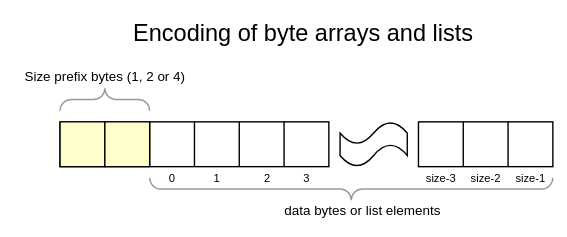
Before: doc/EncodingOfByteArraysAndLists.svg, a diagram exported from draw.io (ikolomiets/protokol). Source tidied: cells renumbered, new cells last; positions are measured from the earlier drawing's top-left corner, leaving out a move shared by most shapes. Source of this version:
```xml
<mxGraphModel>
  <root>
    <mxCell id="0" />
    <mxCell id="1" parent="0" />
    <mxCell id="2" style="shape=tape;whiteSpace=wrap;html=1;comic=0;strokeColor=#000000;size=0.5;" parent="1" vertex="1">
      <mxGeometry x="290" y="95" width="60" height="40" as="geometry" />
    </mxCell>
    <mxCell id="3" style="shape=table;html=1;whiteSpace=wrap;startSize=0;" parent="1" vertex="1">
      <mxGeometry x="40" y="95" width="240" height="40" as="geometry" />
    </mxCell>
    <mxCell id="4" style="shape=partialRectangle;html=1;whiteSpace=wrap;fillColor=none;top=0;left=0;bottom=0;right=0;" parent="3" vertex="1">
      <mxGeometry width="240" height="40" as="geometry" />
    </mxCell>
    <mxCell id="5" style="shape=partialRectangle;html=1;whiteSpace=wrap;overflow=hidden;top=1;left=1;bottom=1;right=1;fillColor=#FFFFCC;" parent="4" vertex="1">
      <mxGeometry width="40" height="40" as="geometry" />
    </mxCell>
    <mxCell id="6" style="shape=partialRectangle;html=1;whiteSpace=wrap;overflow=hidden;top=1;left=1;bottom=1;right=1;fillColor=#FFFFCC;" parent="4" vertex="1">
      <mxGeometry x="40" width="40" height="40" as="geometry" />
    </mxCell>
    <mxCell id="7" style="shape=partialRectangle;html=1;whiteSpace=wrap;overflow=hidden;fillColor=none;top=0;left=0;bottom=0;right=0;" parent="4" vertex="1">
      <mxGeometry x="80" width="40" height="40" as="geometry" />
    </mxCell>
    <mxCell id="8" style="shape=partialRectangle;html=1;whiteSpace=wrap;overflow=hidden;fillColor=none;top=0;left=0;bottom=0;right=0;" parent="4" vertex="1">
      <mxGeometry x="120" width="40" height="40" as="geometry" />
    </mxCell>
    <mxCell id="9" style="shape=partialRectangle;html=1;whiteSpace=wrap;overflow=hidden;fillColor=none;top=0;left=0;bottom=0;right=0;" parent="4" vertex="1">
      <mxGeometry x="160" width="40" height="40" as="geometry" />
    </mxCell>
    <mxCell id="10" style="shape=partialRectangle;html=1;whiteSpace=wrap;overflow=hidden;fillColor=none;top=0;left=0;bottom=0;right=0;" parent="4" vertex="1">
      <mxGeometry x="200" width="40" height="40" as="geometry" />
    </mxCell>
    <mxCell id="11" style="shape=table;html=1;whiteSpace=wrap;startSize=0;" parent="1" vertex="1">
      <mxGeometry x="360" y="95" width="120" height="40" as="geometry" />
    </mxCell>
    <mxCell id="12" style="shape=partialRectangle;html=1;whiteSpace=wrap;fillColor=none;top=0;left=0;bottom=0;right=0;" parent="11" vertex="1">
      <mxGeometry width="120" height="40" as="geometry" />
    </mxCell>
    <mxCell id="13" style="shape=partialRectangle;html=1;whiteSpace=wrap;overflow=hidden;fillColor=none;top=0;left=0;bottom=0;right=0;" parent="12" vertex="1">
      <mxGeometry width="40" height="40" as="geometry" />
    </mxCell>
    <mxCell id="14" style="shape=partialRectangle;html=1;whiteSpace=wrap;overflow=hidden;fillColor=none;top=0;left=0;bottom=0;right=0;" parent="12" vertex="1">
      <mxGeometry x="40" width="40" height="40" as="geometry" />
    </mxCell>
    <mxCell id="15" style="shape=partialRectangle;html=1;whiteSpace=wrap;overflow=hidden;fillColor=none;top=0;left=0;bottom=0;right=0;" parent="12" vertex="1">
      <mxGeometry x="80" width="40" height="40" as="geometry" />
    </mxCell>
    <mxCell id="16" style="verticalLabelPosition=bottom;shadow=0;dashed=0;align=center;html=1;verticalAlign=top;strokeWidth=1;shape=mxgraph.mockup.markup.curlyBrace;strokeColor=#999999;comic=0;fillColor=#FF3333;direction=west;" parent="1" vertex="1">
      <mxGeometry x="120" y="145" width="360" height="20" as="geometry" />
    </mxCell>
    <mxCell id="17" style="verticalLabelPosition=bottom;shadow=0;dashed=0;align=center;html=1;verticalAlign=top;strokeWidth=1;shape=mxgraph.mockup.markup.curlyBrace;strokeColor=#999999;comic=0;fillColor=#FF3333;" parent="1" vertex="1">
      <mxGeometry x="40" y="65" width="80" height="20" as="geometry" />
    </mxCell>
    <mxCell id="18" value="0" style="text;html=1;align=center;verticalAlign=middle;fontSize=10;" parent="1" vertex="1">
      <mxGeometry x="130" y="135" width="20" height="20" as="geometry" />
    </mxCell>
    <mxCell id="19" value="2" style="text;html=1;align=center;verticalAlign=middle;fontSize=10;" parent="1" vertex="1">
      <mxGeometry x="215" y="135" width="20" height="20" as="geometry" />
    </mxCell>
    <mxCell id="20" value="1" style="text;html=1;align=center;verticalAlign=middle;fontSize=10;" parent="1" vertex="1">
      <mxGeometry x="170" y="135" width="20" height="20" as="geometry" />
    </mxCell>
    <mxCell id="21" value="3" style="text;html=1;align=center;verticalAlign=middle;fontSize=10;" parent="1" vertex="1">
      <mxGeometry x="250" y="135" width="20" height="20" as="geometry" />
    </mxCell>
    <mxCell id="22" value="size-1" style="text;html=1;align=center;verticalAlign=middle;fontSize=10;" parent="1" vertex="1">
      <mxGeometry x="440" y="135" width="40" height="20" as="geometry" />
    </mxCell>
    <mxCell id="23" value="size-2" style="text;html=1;align=center;verticalAlign=middle;fontSize=10;" parent="1" vertex="1">
      <mxGeometry x="400" y="135" width="40" height="20" as="geometry" />
    </mxCell>
    <mxCell id="24" value="size-3" style="text;html=1;align=center;verticalAlign=middle;fontSize=10;" parent="1" vertex="1">
      <mxGeometry x="360" y="135" width="40" height="20" as="geometry" />
    </mxCell>
    <mxCell id="25" value="&lt;font style=&quot;font-size: 12px&quot;&gt;Size prefix bytes (1, 2 or 4)&lt;/font&gt;" style="text;html=1;align=center;verticalAlign=middle;fillColor=none;strokeColor=none;rounded=0;comic=0;fontSize=10;" parent="1" vertex="1">
      <mxGeometry y="45" width="160" height="20" as="geometry" />
    </mxCell>
    <mxCell id="26" value="&lt;span style=&quot;font-size: 12px&quot;&gt;data bytes or list&amp;nbsp;elements&lt;/span&gt;" style="text;html=1;align=center;verticalAlign=middle;fillColor=none;strokeColor=none;rounded=0;comic=0;fontSize=10;" parent="1" vertex="1">
      <mxGeometry x="235" y="165" width="150" height="20" as="geometry" />
    </mxCell>
    <mxCell id="27" value="Encoding of byte arrays and lists&amp;nbsp;" style="text;html=1;align=center;verticalAlign=middle;fillColor=none;strokeColor=none;rounded=0;comic=0;fontSize=21;fontStyle=0;" parent="1" vertex="1">
      <mxGeometry x="100" width="320" height="30" as="geometry" />
    </mxCell>
  </root>
</mxGraphModel>
```
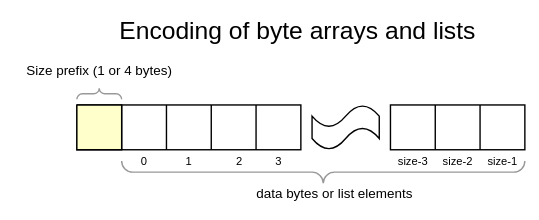
The same file after the commit.

Commit message:
Protokol v.2.0 WIP: change VLE encoding - no more 2 bytes prefixes; single bit to indicate one or four bytes encoding is used

The edit, as a diff of the source:
```diff
@@ -6,28 +6,25 @@
       <mxGeometry x="290" y="95" width="60" height="40" as="geometry" />
     </mxCell>
     <mxCell id="3" style="shape=table;html=1;whiteSpace=wrap;startSize=0;" parent="1" vertex="1">
-      <mxGeometry x="40" y="95" width="240" height="40" as="geometry" />
+      <mxGeometry x="80" y="95" width="200" height="40" as="geometry" />
     </mxCell>
     <mxCell id="4" style="shape=partialRectangle;html=1;whiteSpace=wrap;fillColor=none;top=0;left=0;bottom=0;right=0;" parent="3" vertex="1">
-      <mxGeometry width="240" height="40" as="geometry" />
+      <mxGeometry width="200" height="40" as="geometry" />
     </mxCell>
     <mxCell id="5" style="shape=partialRectangle;html=1;whiteSpace=wrap;overflow=hidden;top=1;left=1;bottom=1;right=1;fillColor=#FFFFCC;" parent="4" vertex="1">
       <mxGeometry width="40" height="40" as="geometry" />
     </mxCell>
-    <mxCell id="6" style="shape=partialRectangle;html=1;whiteSpace=wrap;overflow=hidden;top=1;left=1;bottom=1;right=1;fillColor=#FFFFCC;" parent="4" vertex="1">
-      <mxGeometry x="40" width="40" height="40" as="geometry" />
-    </mxCell>
     <mxCell id="7" style="shape=partialRectangle;html=1;whiteSpace=wrap;overflow=hidden;fillColor=none;top=0;left=0;bottom=0;right=0;" parent="4" vertex="1">
-      <mxGeometry x="80" width="40" height="40" as="geometry" />
+      <mxGeometry x="40" width="40" height="40" as="geometry" />
     </mxCell>
     <mxCell id="8" style="shape=partialRectangle;html=1;whiteSpace=wrap;overflow=hidden;fillColor=none;top=0;left=0;bottom=0;right=0;" parent="4" vertex="1">
-      <mxGeometry x="120" width="40" height="40" as="geometry" />
+      <mxGeometry x="80" width="40" height="40" as="geometry" />
     </mxCell>
     <mxCell id="9" style="shape=partialRectangle;html=1;whiteSpace=wrap;overflow=hidden;fillColor=none;top=0;left=0;bottom=0;right=0;" parent="4" vertex="1">
-      <mxGeometry x="160" width="40" height="40" as="geometry" />
+      <mxGeometry x="120" width="40" height="40" as="geometry" />
     </mxCell>
     <mxCell id="10" style="shape=partialRectangle;html=1;whiteSpace=wrap;overflow=hidden;fillColor=none;top=0;left=0;bottom=0;right=0;" parent="4" vertex="1">
-      <mxGeometry x="200" width="40" height="40" as="geometry" />
+      <mxGeometry x="160" width="40" height="40" as="geometry" />
     </mxCell>
     <mxCell id="11" style="shape=table;html=1;whiteSpace=wrap;startSize=0;" parent="1" vertex="1">
       <mxGeometry x="360" y="95" width="120" height="40" as="geometry" />
@@ -48,7 +45,7 @@
       <mxGeometry x="120" y="145" width="360" height="20" as="geometry" />
     </mxCell>
     <mxCell id="17" style="verticalLabelPosition=bottom;shadow=0;dashed=0;align=center;html=1;verticalAlign=top;strokeWidth=1;shape=mxgraph.mockup.markup.curlyBrace;strokeColor=#999999;comic=0;fillColor=#FF3333;" parent="1" vertex="1">
-      <mxGeometry x="40" y="65" width="80" height="20" as="geometry" />
+      <mxGeometry x="80" y="75" width="40" height="20" as="geometry" />
     </mxCell>
     <mxCell id="18" value="0" style="text;html=1;align=center;verticalAlign=middle;fontSize=10;" parent="1" vertex="1">
       <mxGeometry x="130" y="135" width="20" height="20" as="geometry" />
@@ -71,14 +68,14 @@
     <mxCell id="24" value="size-3" style="text;html=1;align=center;verticalAlign=middle;fontSize=10;" parent="1" vertex="1">
       <mxGeometry x="360" y="135" width="40" height="20" as="geometry" />
     </mxCell>
-    <mxCell id="25" value="&lt;font style=&quot;font-size: 12px&quot;&gt;Size prefix bytes (1, 2 or 4)&lt;/font&gt;" style="text;html=1;align=center;verticalAlign=middle;fillColor=none;strokeColor=none;rounded=0;comic=0;fontSize=10;" parent="1" vertex="1">
-      <mxGeometry y="45" width="160" height="20" as="geometry" />
+    <mxCell id="25" value="&lt;font style=&quot;font-size: 12px&quot;&gt;Size prefix (1 or 4 bytes)&lt;/font&gt;" style="text;html=1;align=center;verticalAlign=middle;fillColor=none;strokeColor=none;rounded=0;comic=0;fontSize=10;" parent="1" vertex="1">
+      <mxGeometry x="25" y="55" width="150" height="20" as="geometry" />
     </mxCell>
     <mxCell id="26" value="&lt;span style=&quot;font-size: 12px&quot;&gt;data bytes or list&amp;nbsp;elements&lt;/span&gt;" style="text;html=1;align=center;verticalAlign=middle;fillColor=none;strokeColor=none;rounded=0;comic=0;fontSize=10;" parent="1" vertex="1">
       <mxGeometry x="235" y="165" width="150" height="20" as="geometry" />
     </mxCell>
-    <mxCell id="27" value="Encoding of byte arrays and lists&amp;nbsp;" style="text;html=1;align=center;verticalAlign=middle;fillColor=none;strokeColor=none;rounded=0;comic=0;fontSize=21;fontStyle=0;" parent="1" vertex="1">
-      <mxGeometry x="100" width="320" height="30" as="geometry" />
+    <mxCell id="27" value="Encoding of byte arrays and lists&amp;nbsp;" style="text;html=1;align=center;verticalAlign=middle;fillColor=none;strokeColor=none;rounded=0;comic=0;fontSize=22;fontStyle=0;" parent="1" vertex="1">
+      <mxGeometry x="110" y="15" width="340" height="30" as="geometry" />
     </mxCell>
   </root>
 </mxGraphModel>
```
